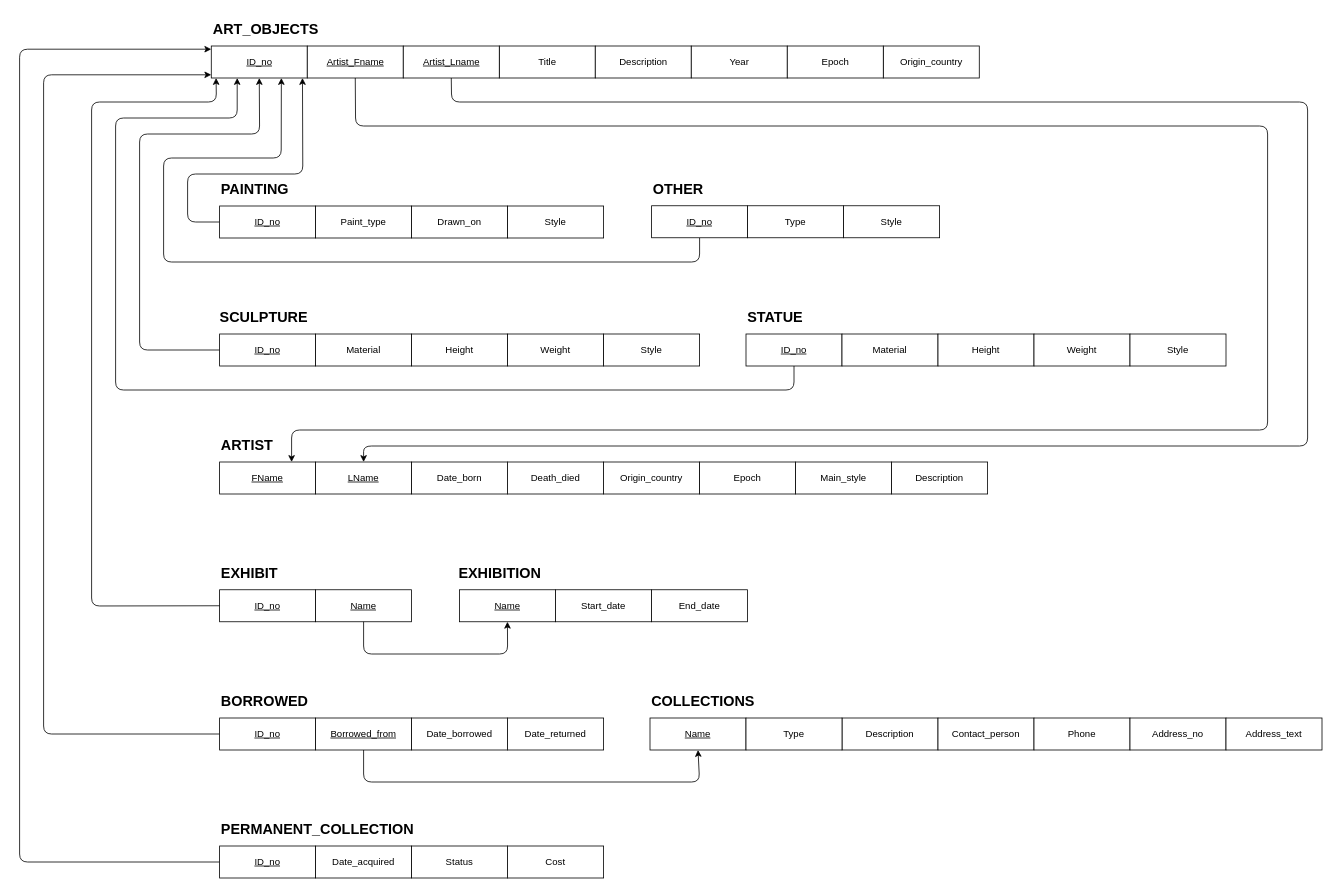
Maan-Khedr-ENSF-300/museum-project-wannabyte keeps this draw.io diagram as Database_Design_Folder/Relation Schema.drawio. Above is the earlier version. Source tidied: cells renumbered, new cells numbered last; positions are measured from the earlier drawing's top-left corner, leaving out a move shared by most shapes. Both pictures are drawn from the tidied source at 80%, with x=0, y=0 at pixel (19, 14).
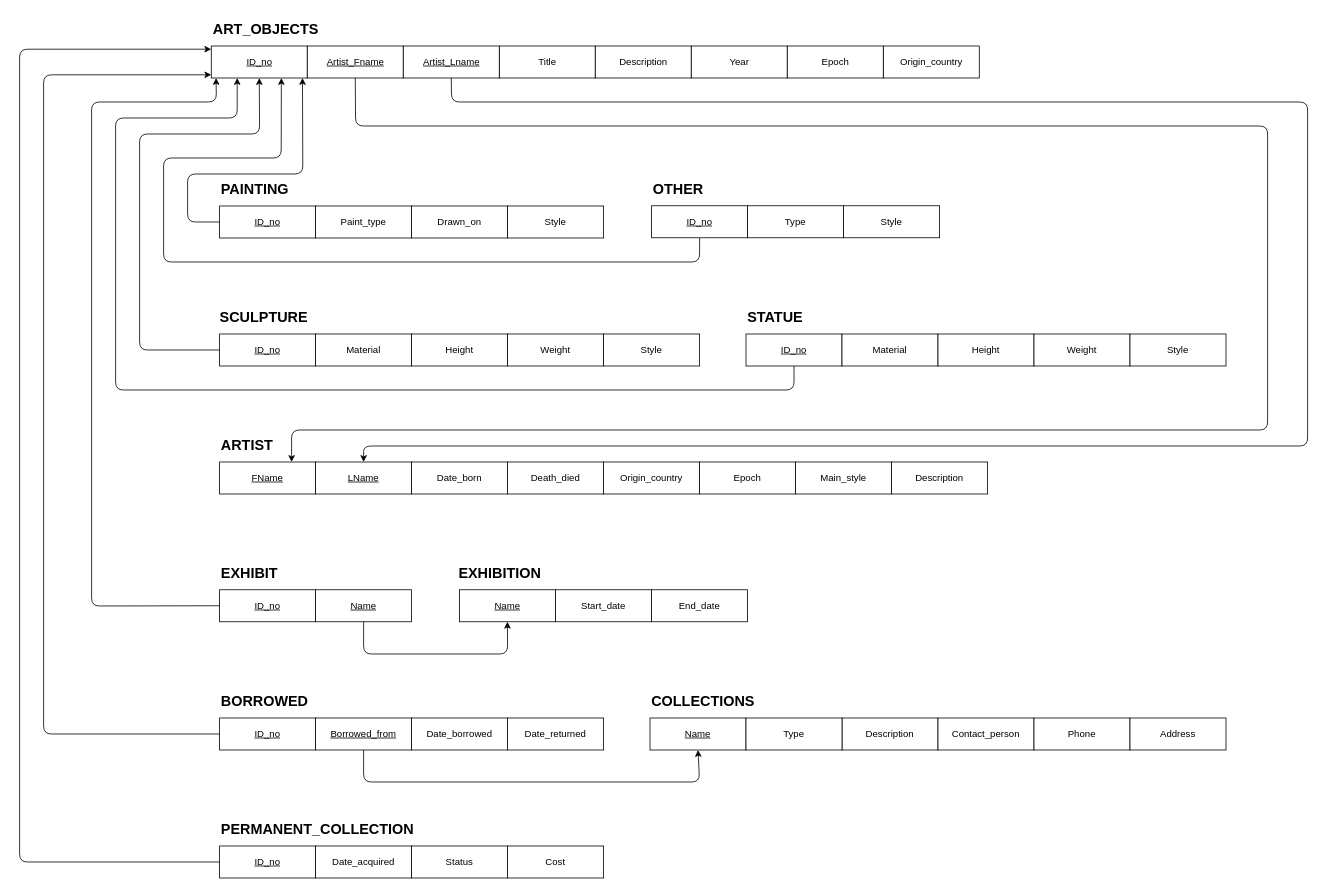
After the change.

Commit message:
Condensed address

Unchanged cells that the change refers to:
```xml
<mxCell id="33" style="group;" parent="1" vertex="1">
  <mxGeometry x="788" y="840" width="840" height="80" as="geometry" />
</mxCell>
```

Change to the diagram source:
```diff
@@
-    <mxCell id="40" value="Address_no" style="rounded=0;whiteSpace=wrap;html=1;" parent="33" vertex="1">
+    <mxCell id="40" value="Address" style="rounded=0;whiteSpace=wrap;html=1;" parent="33" vertex="1">
       <mxGeometry x="600" y="40" width="120" height="40" as="geometry" />
     </mxCell>
-    <mxCell id="41" value="Address_text" style="rounded=0;whiteSpace=wrap;html=1;" parent="33" vertex="1">
-      <mxGeometry x="720" y="40" width="120" height="40" as="geometry" />
-    </mxCell>
```
